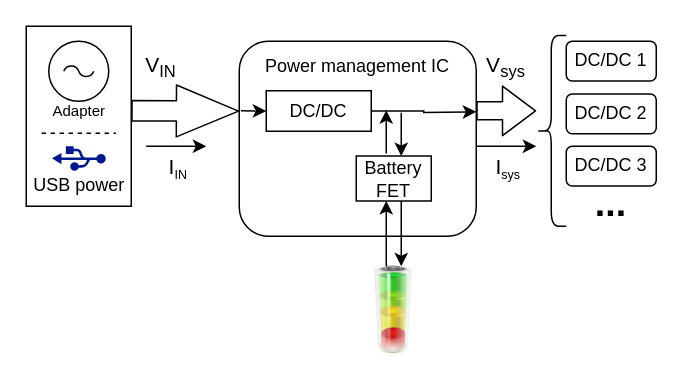
Above: diagram/Untitled Diagram.drawio in huhu6608/3Paths_UPS (draw.io), before the change. Source tidied: cells renumbered, new cells numbered last; positions are measured from the earlier drawing's top-left corner, leaving out a move shared by most shapes. Both pictures are drawn from the tidied source at 150%, with x=0, y=0 at pixel (26, 26).
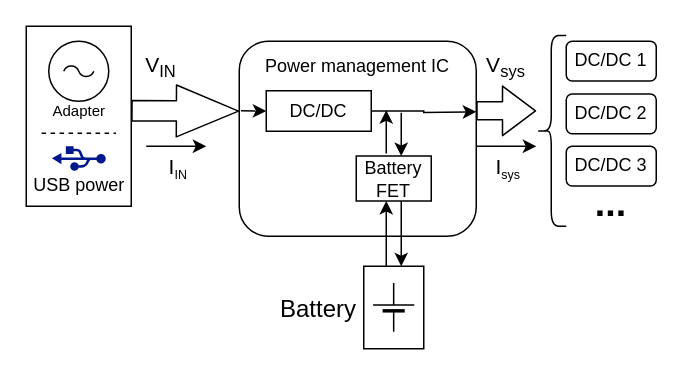
The same page after the edit.

Unchanged cells that the change refers to:
```xml
<mxCell id="11" value="&lt;font style=&quot;font-size: 12px;&quot;&gt;Battery FET&lt;/font&gt;" style="rounded=0;whiteSpace=wrap;html=1;fontSize=12;" parent="1" vertex="1">
  <mxGeometry x="220" y="86.5" width="50" height="30" as="geometry" />
</mxCell>
```

The edit, as a diff of the source:
```diff
@@
+    <mxCell id="29" style="rounded=0;whiteSpace=wrap;html=1;fontSize=10;direction=north;" parent="1" vertex="1">
+      <mxGeometry x="225" y="160" width="40" height="55" as="geometry" />
+    </mxCell>
@@
-    <mxCell id="10" style="edgeStyle=orthogonalEdgeStyle;rounded=0;jettySize=auto;html=1;fontSize=10;" parent="1" edge="1" source="11" target="19">
+    <mxCell id="10" style="edgeStyle=orthogonalEdgeStyle;rounded=0;jettySize=auto;html=1;fontSize=10;" parent="1" edge="1" source="11">
       <mxGeometry relative="1" as="geometry">
+        <mxPoint x="250" y="160" as="targetPoint" />
         <Array as="points">
           <mxPoint x="250" y="150" />
           <mxPoint x="250" y="150" />
         </Array>
       </mxGeometry>
     </mxCell>
@@
-    <mxCell id="18" style="edgeStyle=orthogonalEdgeStyle;rounded=0;jettySize=auto;html=1;fontSize=10;spacingRight=0;horizontal=1;" parent="1" edge="1" source="19" target="11">
+    <mxCell id="18" style="edgeStyle=orthogonalEdgeStyle;rounded=0;jettySize=auto;html=1;fontSize=10;spacingRight=0;horizontal=1;" parent="1" edge="1" target="11">
       <mxGeometry relative="1" as="geometry">
+        <mxPoint x="240" y="160" as="sourcePoint" />
         <Array as="points">
           <mxPoint x="240" y="140" />
           <mxPoint x="240" y="140" />
         </Array>
       </mxGeometry>
     </mxCell>
-    <mxCell id="19" style="image;html=1;image=img/lib/clip_art/general/Battery_allstates_128x128.png;fontSize=12;" parent="1" vertex="1">
-      <mxGeometry x="215" y="160" width="60" height="60" as="geometry" />
-    </mxCell>
@@
+    <mxCell id="30" style="verticalLabelPosition=bottom;shadow=0;dashed=0;align=center;fillColor=#000000;html=1;verticalAlign=top;strokeWidth=1;shape=mxgraph.electrical.miscellaneous.monocell_battery;fontSize=10;direction=north;" parent="1" vertex="1">
+      <mxGeometry x="231.2" y="171.2" width="27.5" height="32.5" as="geometry" />
+    </mxCell>
+    <mxCell id="31" value="&lt;font style=&quot;font-size: 16px&quot;&gt;Battery&lt;/font&gt;" style="text;html=1;strokeColor=none;fillColor=none;align=center;verticalAlign=middle;whiteSpace=wrap;rounded=0;fontSize=10;" parent="1" vertex="1">
+      <mxGeometry x="175" y="177.5" width="40" height="20" as="geometry" />
+    </mxCell>
```
